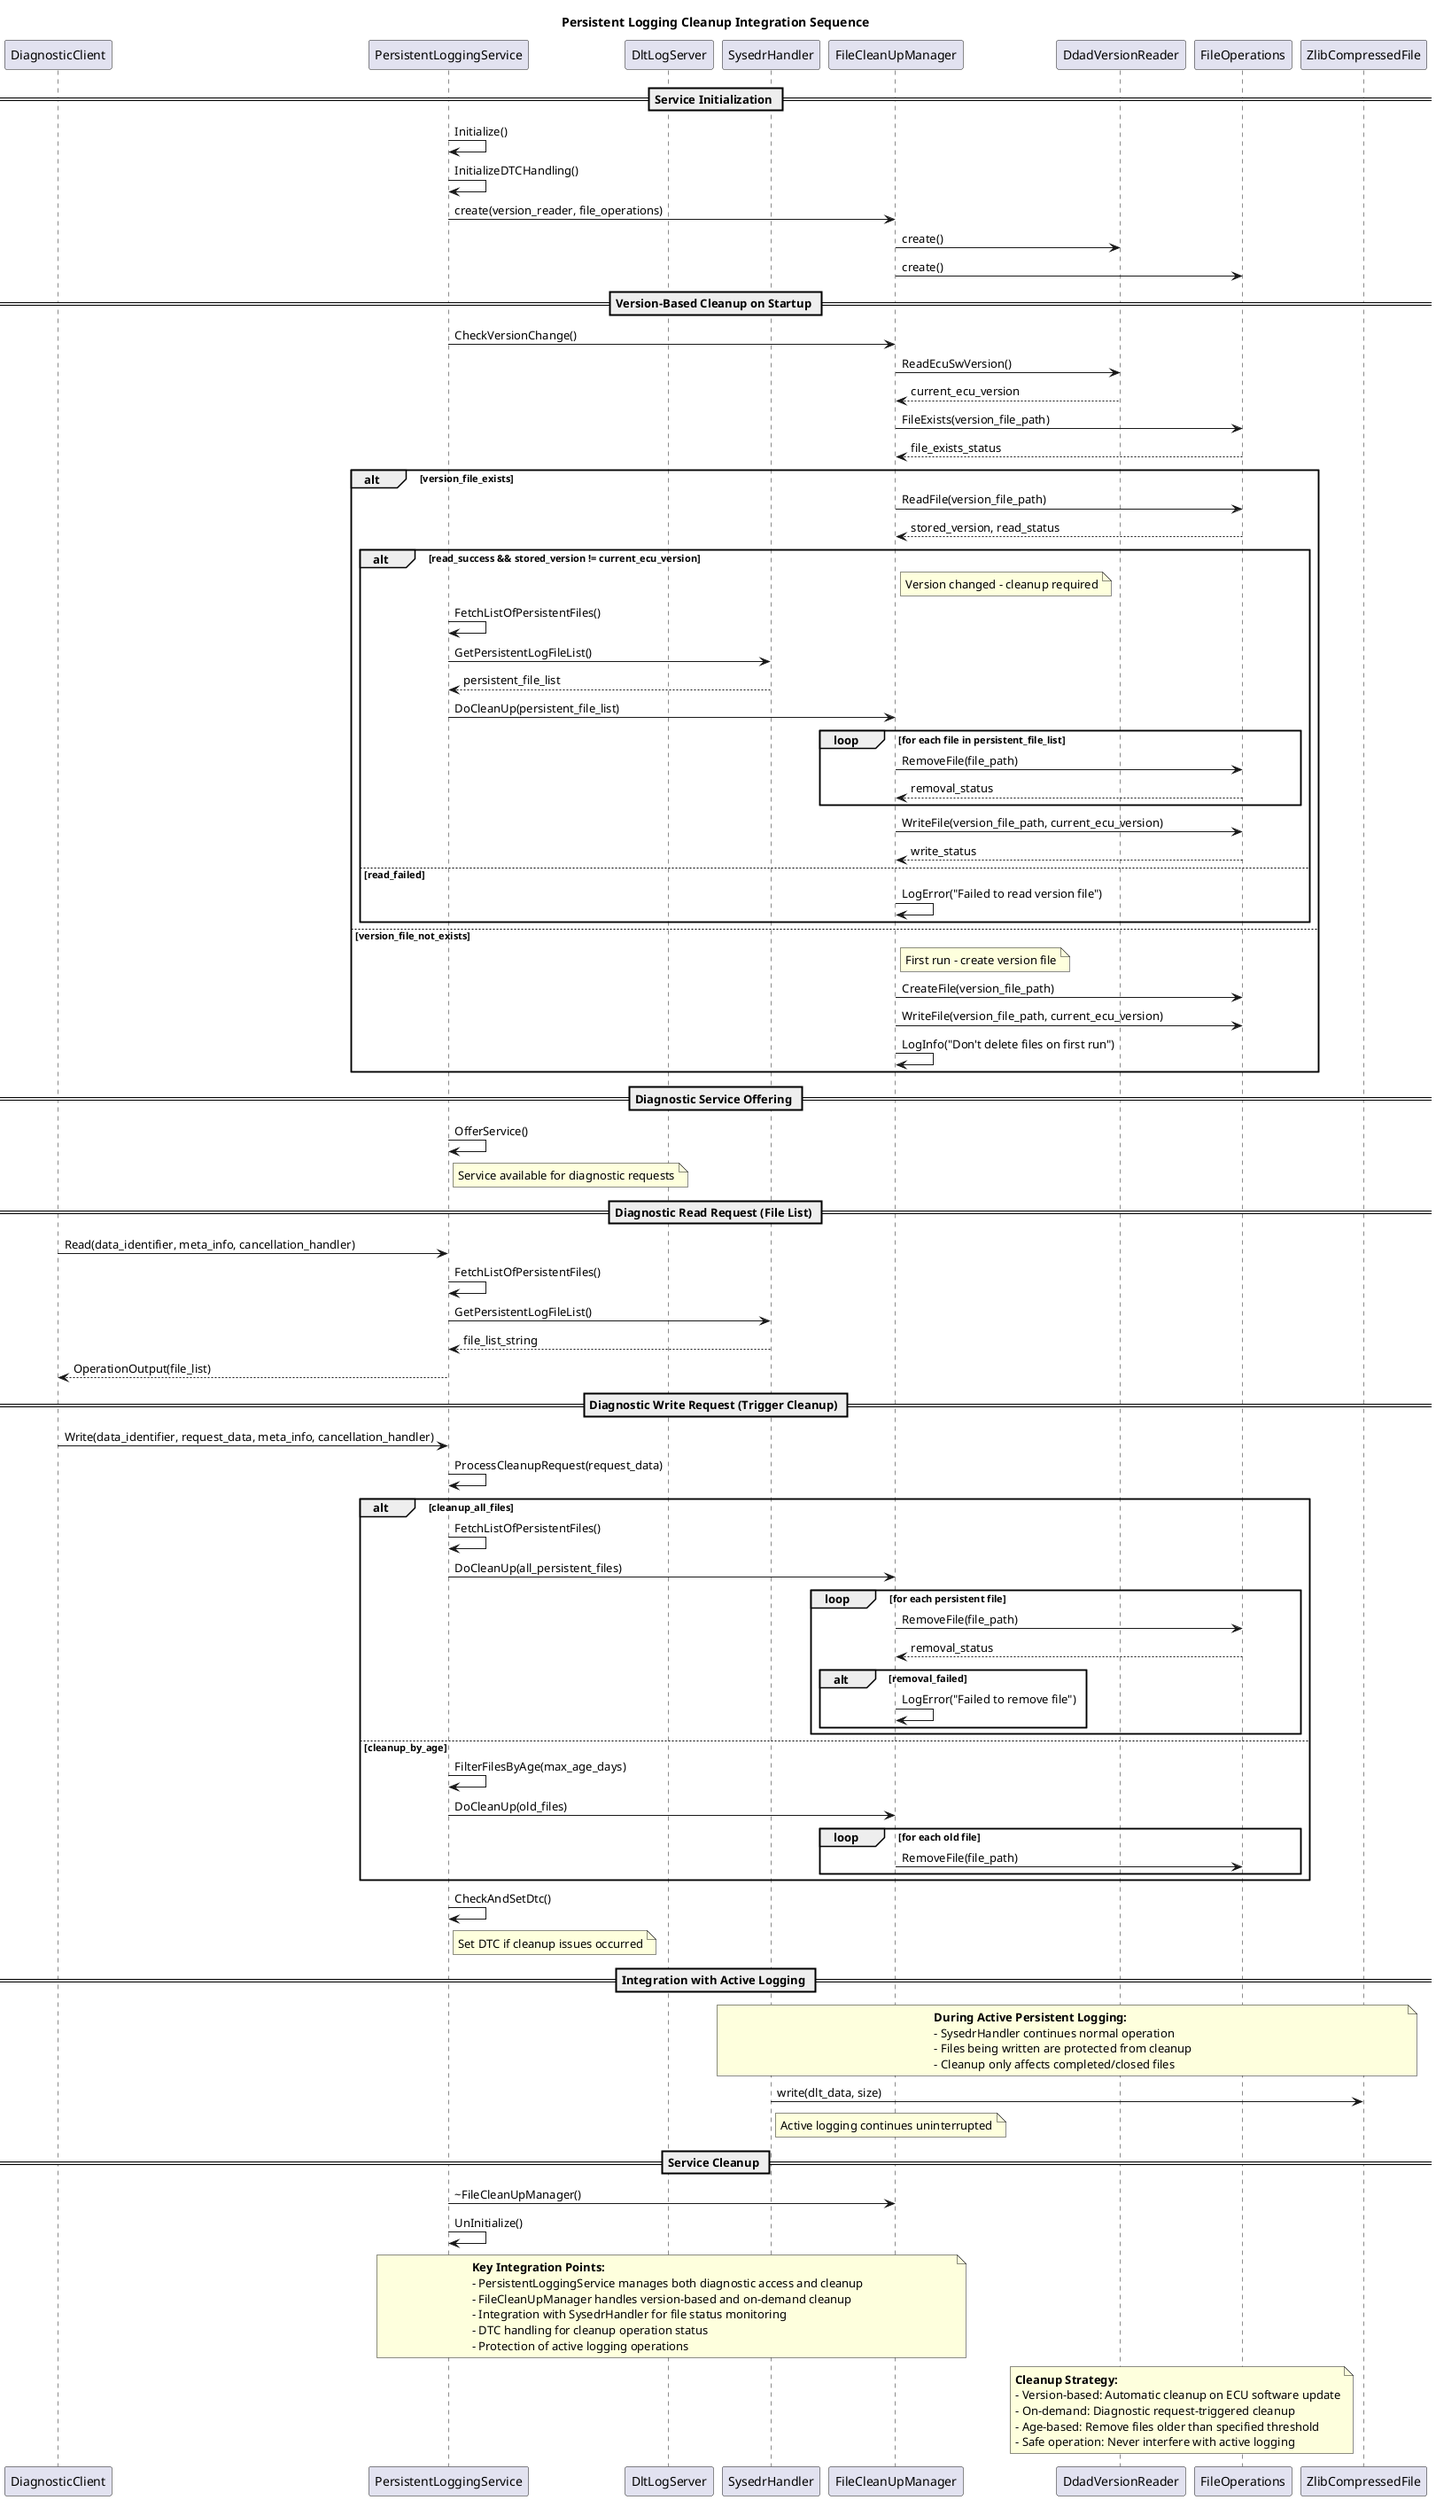
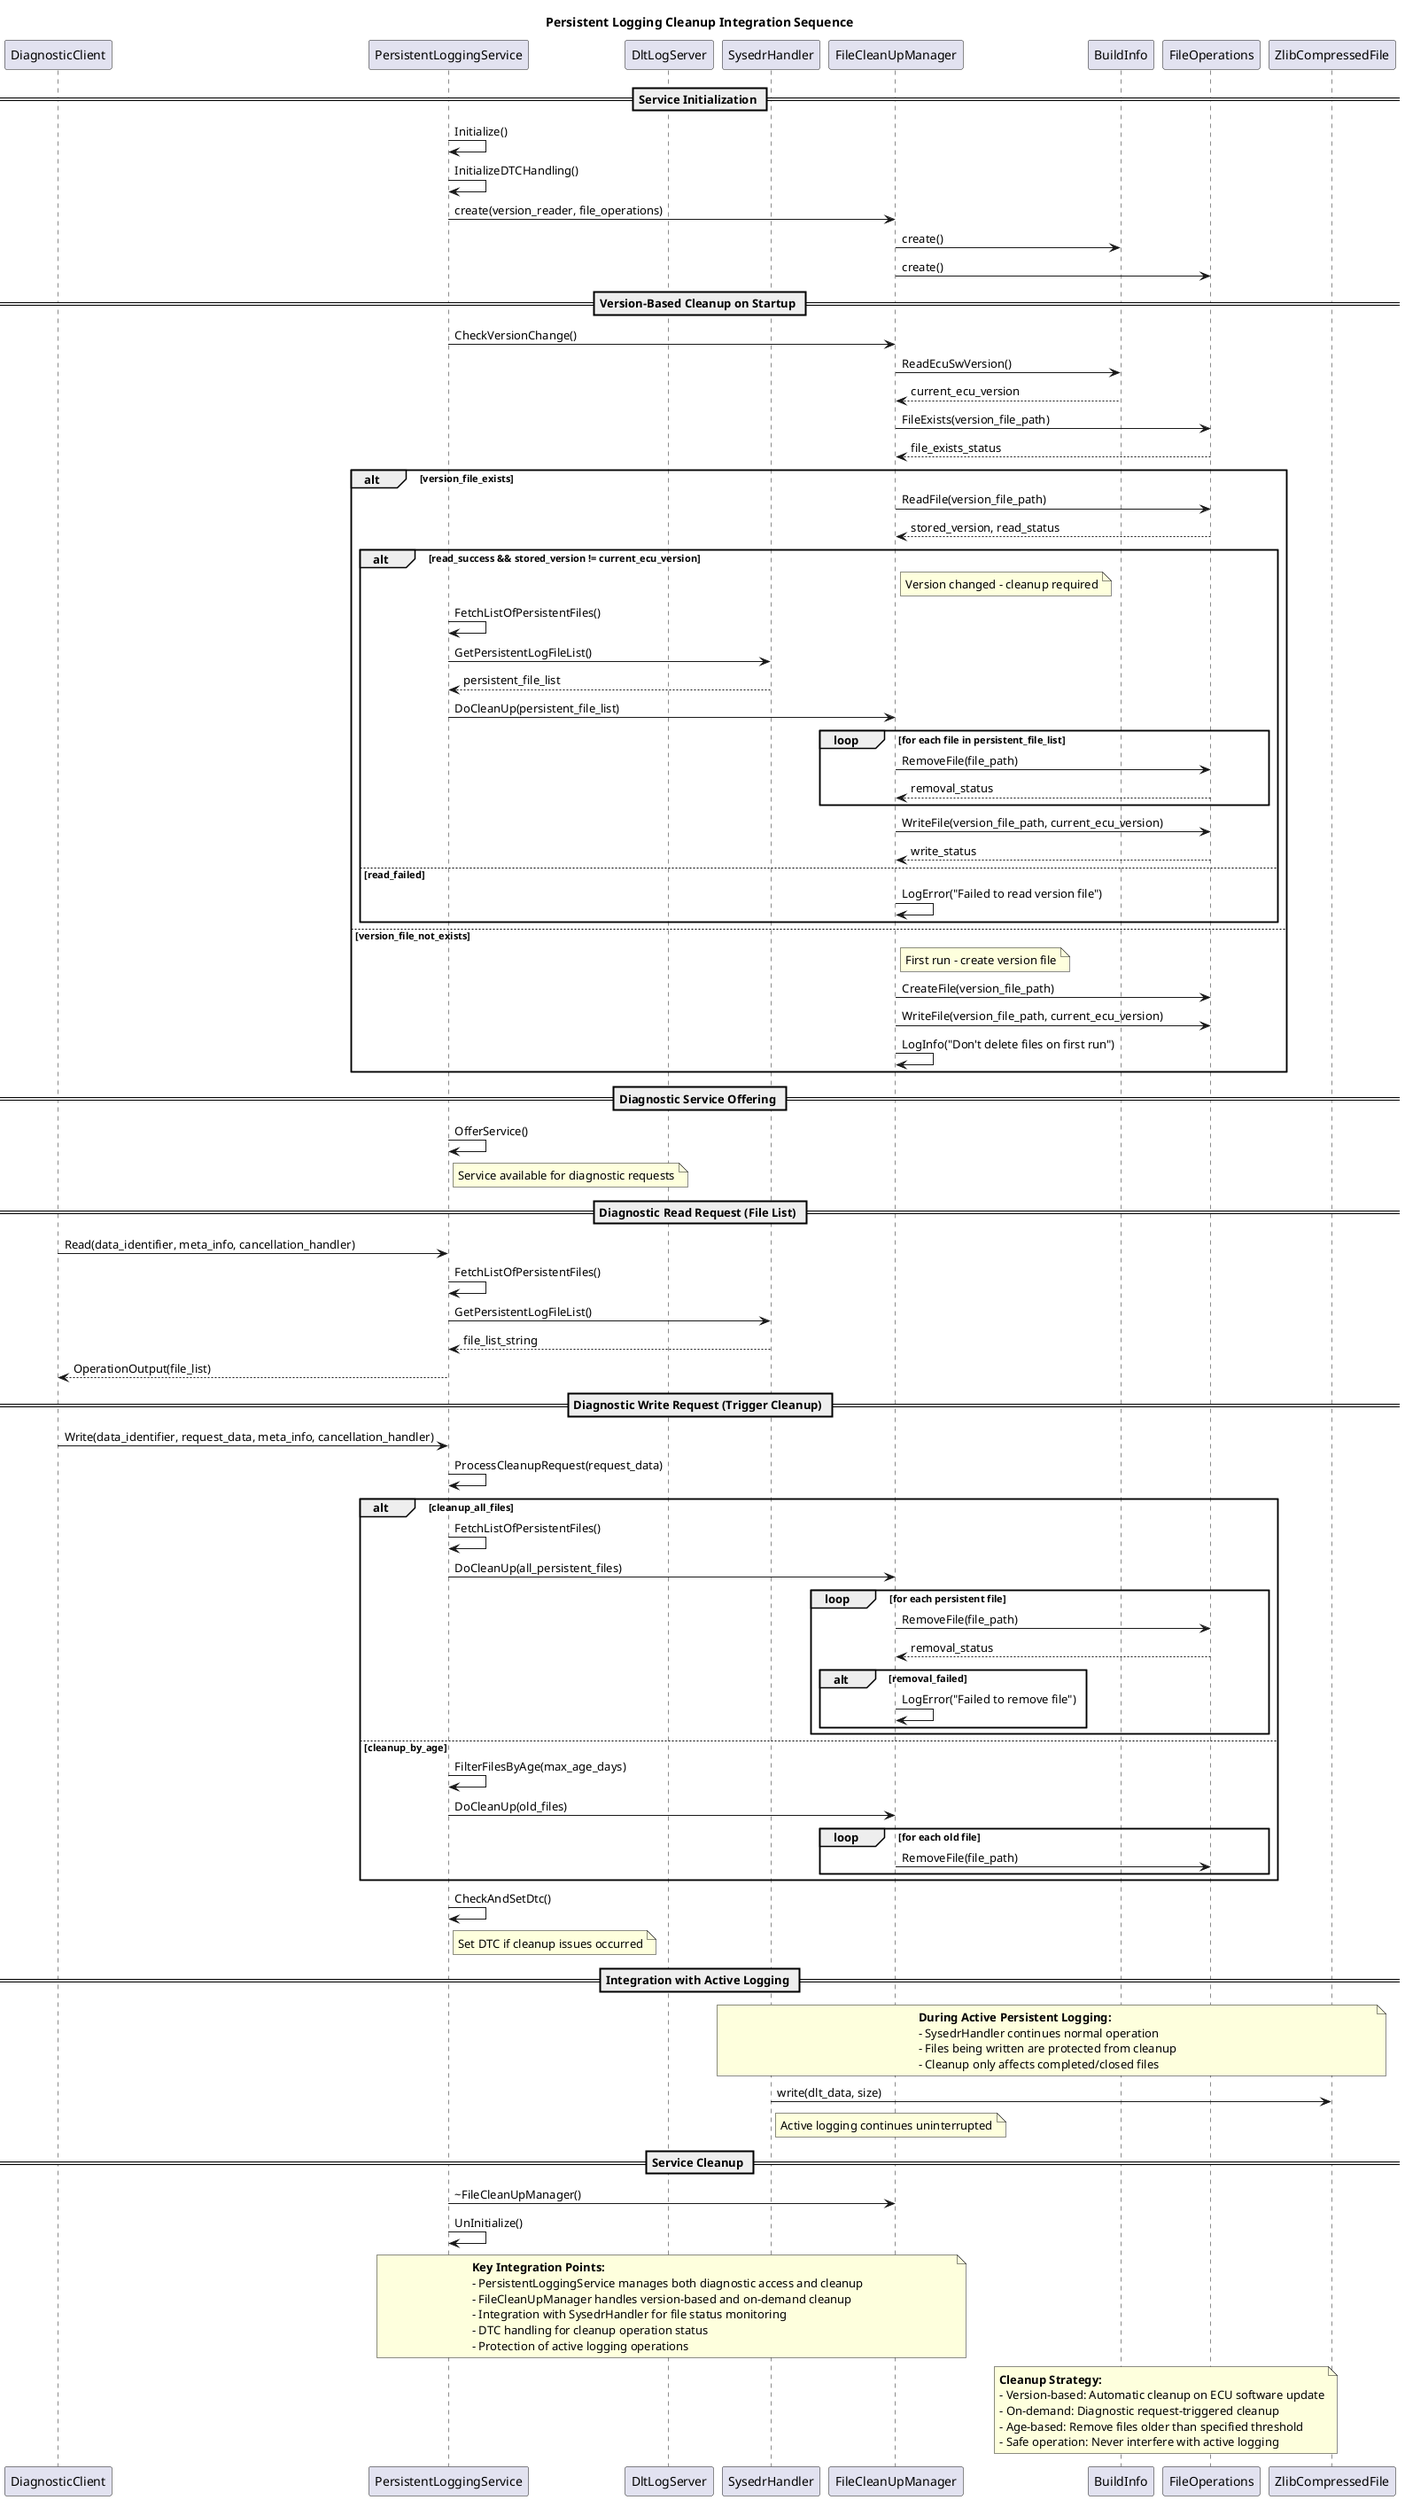
@startuml persistent_cleanup_sequence
title Persistent Logging Cleanup Integration Sequence

participant "DiagnosticClient" as DC
participant "PersistentLoggingService" as PLS
participant "DltLogServer" as DLS
participant "SysedrHandler" as SH
participant "FileCleanUpManager" as FCM
- participant "DdadVersionReader" as DVR
+ participant "BuildInfo" as DVR
participant "FileOperations" as FO
participant "ZlibCompressedFile" as ZF

== Service Initialization ==
PLS -> PLS : Initialize()
PLS -> PLS : InitializeDTCHandling()
PLS -> FCM : create(version_reader, file_operations)
FCM -> DVR : create()
FCM -> FO : create()

== Version-Based Cleanup on Startup ==
PLS -> FCM : CheckVersionChange()
FCM -> DVR : ReadEcuSwVersion()
DVR --> FCM : current_ecu_version

FCM -> FO : FileExists(version_file_path)
FO --> FCM : file_exists_status

alt version_file_exists
    FCM -> FO : ReadFile(version_file_path)
    FO --> FCM : stored_version, read_status

    alt read_success && stored_version != current_ecu_version
        note right of FCM : Version changed - cleanup required
        PLS -> PLS : FetchListOfPersistentFiles()
        PLS -> SH : GetPersistentLogFileList()
        SH --> PLS : persistent_file_list

        PLS -> FCM : DoCleanUp(persistent_file_list)

        loop for each file in persistent_file_list
            FCM -> FO : RemoveFile(file_path)
            FO --> FCM : removal_status
        end

        FCM -> FO : WriteFile(version_file_path, current_ecu_version)
        FO --> FCM : write_status

    else read_failed
        FCM -> FCM : LogError("Failed to read version file")
    end

else version_file_not_exists
    note right of FCM : First run - create version file
    FCM -> FO : CreateFile(version_file_path)
    FCM -> FO : WriteFile(version_file_path, current_ecu_version)
    FCM -> FCM : LogInfo("Don't delete files on first run")
end

== Diagnostic Service Offering ==
PLS -> PLS : OfferService()
note right of PLS : Service available for diagnostic requests

== Diagnostic Read Request (File List) ==
DC -> PLS : Read(data_identifier, meta_info, cancellation_handler)
PLS -> PLS : FetchListOfPersistentFiles()
PLS -> SH : GetPersistentLogFileList()
SH --> PLS : file_list_string
PLS --> DC : OperationOutput(file_list)

== Diagnostic Write Request (Trigger Cleanup) ==
DC -> PLS : Write(data_identifier, request_data, meta_info, cancellation_handler)
PLS -> PLS : ProcessCleanupRequest(request_data)

alt cleanup_all_files
    PLS -> PLS : FetchListOfPersistentFiles()
    PLS -> FCM : DoCleanUp(all_persistent_files)

    loop for each persistent file
        FCM -> FO : RemoveFile(file_path)
        FO --> FCM : removal_status
        alt removal_failed
            FCM -> FCM : LogError("Failed to remove file")
        end
    end

else cleanup_by_age
    PLS -> PLS : FilterFilesByAge(max_age_days)
    PLS -> FCM : DoCleanUp(old_files)

    loop for each old file
        FCM -> FO : RemoveFile(file_path)
    end
end

PLS -> PLS : CheckAndSetDtc()
note right of PLS : Set DTC if cleanup issues occurred

== Integration with Active Logging ==
note over SH, ZF
**During Active Persistent Logging:**
- SysedrHandler continues normal operation
- Files being written are protected from cleanup
- Cleanup only affects completed/closed files
end note

SH -> ZF : write(dlt_data, size)
note right of SH : Active logging continues uninterrupted

== Service Cleanup ==
PLS -> FCM : ~FileCleanUpManager()
PLS -> PLS : UnInitialize()

note over PLS, FCM
**Key Integration Points:**
- PersistentLoggingService manages both diagnostic access and cleanup
- FileCleanUpManager handles version-based and on-demand cleanup
- Integration with SysedrHandler for file status monitoring
- DTC handling for cleanup operation status
- Protection of active logging operations
end note

note over DVR, FO
**Cleanup Strategy:**
- Version-based: Automatic cleanup on ECU software update
- On-demand: Diagnostic request-triggered cleanup
- Age-based: Remove files older than specified threshold
- Safe operation: Never interfere with active logging
end note

@enduml
